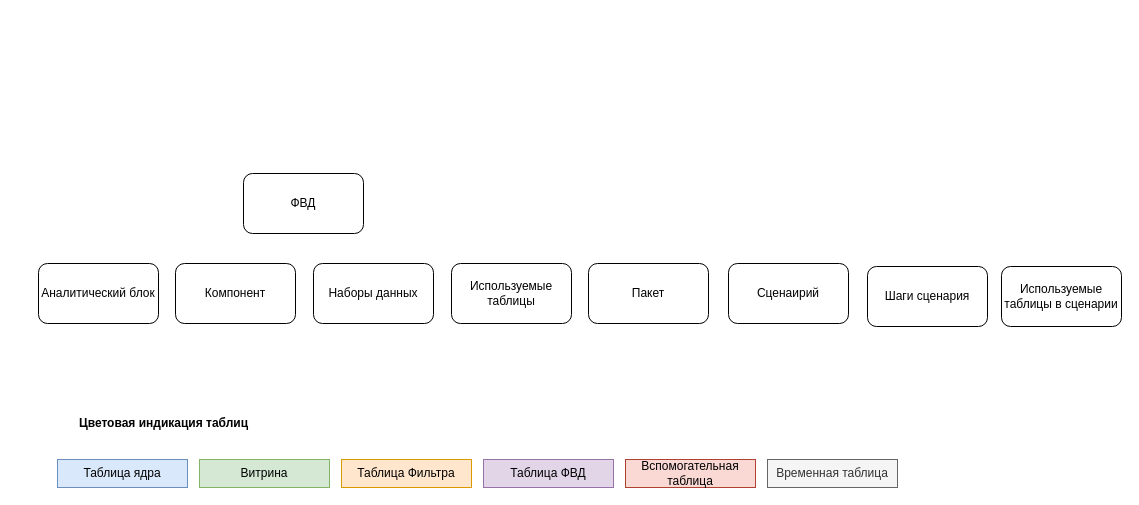
This is page "Алгоритм описания блоков" (3 of 4) of DEV_RSHN.drawio from alabama-user-67/draw_io, a draw.io file, before an edit. Source tidied: cells renumbered, new cells numbered last; positions are measured from the earlier drawing's top-left corner, leaving out a move shared by most shapes. Both pictures are drawn from the tidied source at 100%, with x=0, y=0 at pixel (38, 173).
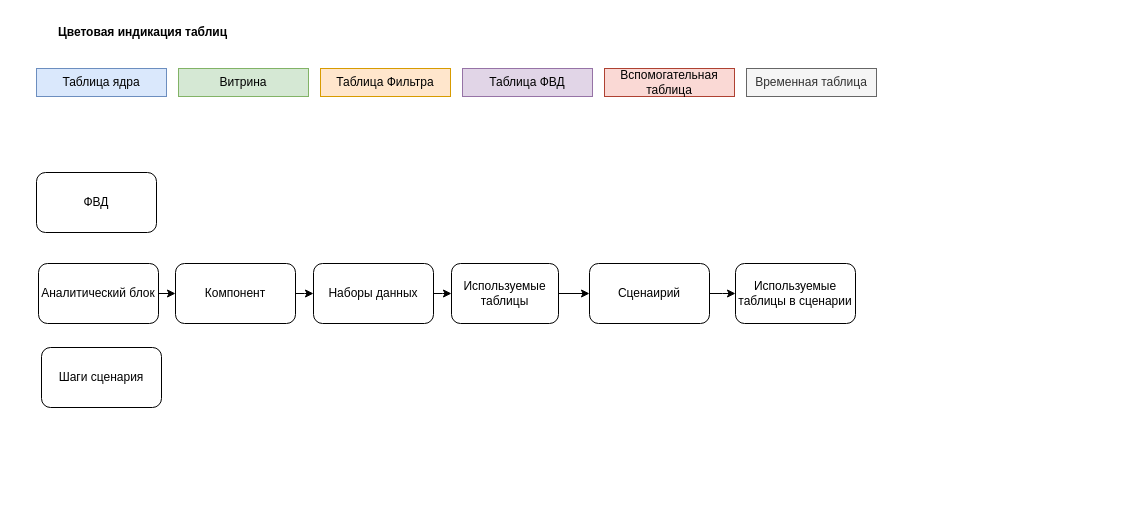
After the change.

The change refers to these unchanged cells:
```xml
<mxCell id="2" value="Аналитический блок" style="rounded=1;whiteSpace=wrap;html=1;" parent="1" vertex="1">
  <mxGeometry y="90" width="120" height="60" as="geometry" />
</mxCell>
<mxCell id="3" value="Компонент" style="rounded=1;whiteSpace=wrap;html=1;" parent="1" vertex="1">
  <mxGeometry x="137" y="90" width="120" height="60" as="geometry" />
</mxCell>
<mxCell id="5" value="Наборы данных" style="rounded=1;whiteSpace=wrap;html=1;" parent="1" vertex="1">
  <mxGeometry x="275" y="90" width="120" height="60" as="geometry" />
</mxCell>
```

The edit, as a diff of the source:
```diff
@@
+    <mxCell id="18" style="edgeStyle=elbowEdgeStyle;rounded=0;jettySize=auto;elbow=vertical;html=1;exitX=1;exitY=0.5;exitDx=0;exitDy=0;entryX=0;entryY=0.5;entryDx=0;entryDy=0;" parent="1" edge="1" source="2" target="3">
+      <mxGeometry relative="1" as="geometry" />
+    </mxCell>
@@
+    <mxCell id="19" style="edgeStyle=elbowEdgeStyle;rounded=0;jettySize=auto;elbow=vertical;html=1;exitX=1;exitY=0.5;exitDx=0;exitDy=0;" parent="1" edge="1" source="3" target="5">
+      <mxGeometry relative="1" as="geometry" />
+    </mxCell>
@@
     <mxCell id="4" value="ФВД" style="rounded=1;whiteSpace=wrap;html=1;" parent="1" vertex="1">
-      <mxGeometry x="205" width="120" height="60" as="geometry" />
+      <mxGeometry x="-2" y="-1" width="120" height="60" as="geometry" />
     </mxCell>
+    <mxCell id="20" style="edgeStyle=elbowEdgeStyle;rounded=0;jettySize=auto;elbow=vertical;html=1;" parent="1" edge="1" source="5" target="6">
+      <mxGeometry relative="1" as="geometry" />
+    </mxCell>
@@
+    <mxCell id="21" style="edgeStyle=elbowEdgeStyle;rounded=0;jettySize=auto;elbow=vertical;html=1;exitX=1;exitY=0.5;exitDx=0;exitDy=0;" parent="1" edge="1" source="6" target="8">
+      <mxGeometry relative="1" as="geometry" />
+    </mxCell>
     <mxCell id="6" value="Используемые таблицы" style="rounded=1;whiteSpace=wrap;html=1;" parent="1" vertex="1">
-      <mxGeometry x="413" y="90" width="120" height="60" as="geometry" />
+      <mxGeometry x="413" y="90" width="107" height="60" as="geometry" />
     </mxCell>
-    <mxCell id="7" value="Пакет" style="rounded=1;whiteSpace=wrap;html=1;" parent="1" vertex="1">
-      <mxGeometry x="550" y="90" width="120" height="60" as="geometry" />
-    </mxCell>
+    <mxCell id="22" style="edgeStyle=elbowEdgeStyle;rounded=0;jettySize=auto;elbow=vertical;html=1;exitX=1;exitY=0.5;exitDx=0;exitDy=0;" parent="1" edge="1" source="8" target="10">
+      <mxGeometry relative="1" as="geometry" />
+    </mxCell>
     <mxCell id="8" value="Сценаирий" style="rounded=1;whiteSpace=wrap;html=1;" parent="1" vertex="1">
-      <mxGeometry x="690" y="90" width="120" height="60" as="geometry" />
+      <mxGeometry x="551" y="90" width="120" height="60" as="geometry" />
     </mxCell>
     <mxCell id="9" value="Шаги сценария" style="rounded=1;whiteSpace=wrap;html=1;" parent="1" vertex="1">
-      <mxGeometry x="829" y="93" width="120" height="60" as="geometry" />
+      <mxGeometry x="3" y="174" width="120" height="60" as="geometry" />
     </mxCell>
+    <mxCell id="23" style="edgeStyle=elbowEdgeStyle;rounded=0;jettySize=auto;elbow=vertical;html=1;" parent="1" edge="1" source="10">
+      <mxGeometry relative="1" as="geometry">
+        <mxPoint x="696.5" y="120" as="targetPoint" />
+      </mxGeometry>
+    </mxCell>
     <mxCell id="10" value="Используемые таблицы в сценарии" style="rounded=1;whiteSpace=wrap;html=1;" parent="1" vertex="1">
-      <mxGeometry x="963" y="93" width="120" height="60" as="geometry" />
+      <mxGeometry x="697" y="90" width="120" height="60" as="geometry" />
     </mxCell>
     <mxCell id="11" value="Цветовая индикация таблиц" style="text;html=1;align=center;verticalAlign=middle;whiteSpace=wrap;rounded=0;fontStyle=1;" parent="1" vertex="1">
-      <mxGeometry y="235" width="251" height="30" as="geometry" />
+      <mxGeometry x="-21" y="-156" width="251" height="30" as="geometry" />
     </mxCell>
     <mxCell id="12" value="Таблица ядра" style="rounded=0;whiteSpace=wrap;html=1;labelBackgroundColor=none;fillColor=#dae8fc;strokeColor=#6c8ebf;" parent="1" vertex="1">
-      <mxGeometry x="19" y="286" width="130" height="28" as="geometry" />
+      <mxGeometry x="-2" y="-105" width="130" height="28" as="geometry" />
     </mxCell>
     <mxCell id="13" value="Витрина" style="rounded=0;whiteSpace=wrap;html=1;fillColor=#d5e8d4;strokeColor=#82b366;" parent="1" vertex="1">
-      <mxGeometry x="161" y="286" width="130" height="28" as="geometry" />
+      <mxGeometry x="140" y="-105" width="130" height="28" as="geometry" />
     </mxCell>
     <mxCell id="14" value="Таблица Фильтра" style="rounded=0;whiteSpace=wrap;html=1;fillColor=#ffe6cc;strokeColor=#d79b00;" parent="1" vertex="1">
-      <mxGeometry x="303" y="286" width="130" height="28" as="geometry" />
+      <mxGeometry x="282" y="-105" width="130" height="28" as="geometry" />
     </mxCell>
     <mxCell id="15" value="Таблица ФВД" style="rounded=0;whiteSpace=wrap;html=1;fillColor=#e1d5e7;strokeColor=#9673a6;" parent="1" vertex="1">
-      <mxGeometry x="445" y="286" width="130" height="28" as="geometry" />
+      <mxGeometry x="424" y="-105" width="130" height="28" as="geometry" />
     </mxCell>
     <mxCell id="16" value="Вспомогательная таблица" style="rounded=0;whiteSpace=wrap;html=1;fillColor=#fad9d5;strokeColor=#ae4132;" parent="1" vertex="1">
-      <mxGeometry x="587" y="286" width="130" height="28" as="geometry" />
+      <mxGeometry x="566" y="-105" width="130" height="28" as="geometry" />
     </mxCell>
     <mxCell id="17" value="Временная таблица" style="rounded=0;whiteSpace=wrap;html=1;fillColor=#f5f5f5;strokeColor=#666666;fontColor=#333333;" parent="1" vertex="1">
-      <mxGeometry x="729" y="286" width="130" height="28" as="geometry" />
+      <mxGeometry x="708" y="-105" width="130" height="28" as="geometry" />
     </mxCell>
```
